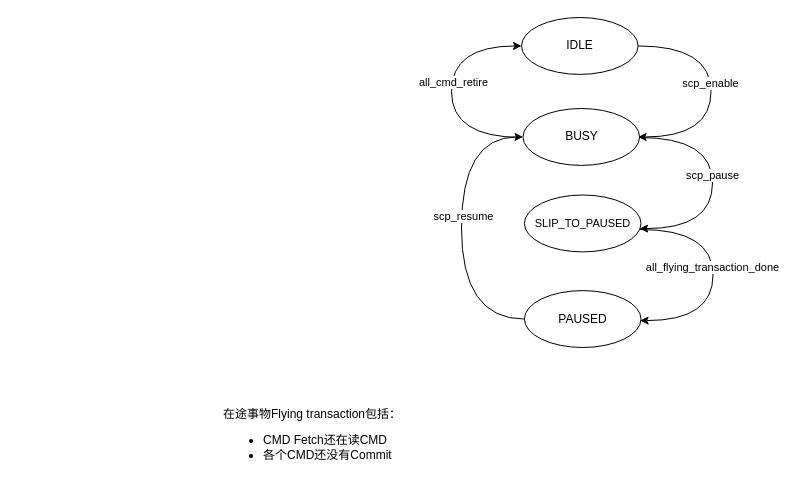
The draw.io diagram page "Process ctrl" (8 of 10) of SCP.drawio in HelmutXie/blake2, before the edit. Source tidied: cells renumbered, new cells numbered last; positions are measured from the earlier drawing's top-left corner, leaving out a move shared by most shapes. Both pictures are drawn from the tidied source at 100%, with x=0, y=0 at pixel (221, 17).
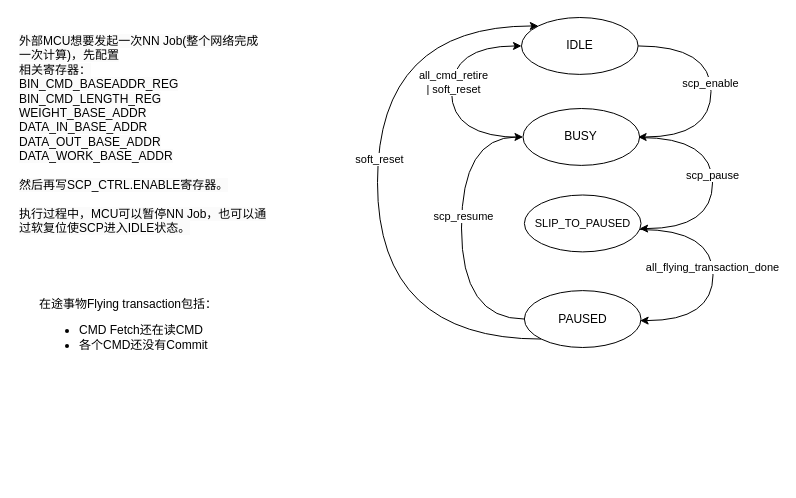
The same diagram, later.

The change refers to these unchanged cells:
```xml
<mxCell id="4" value="IDLE" style="ellipse;whiteSpace=wrap;html=1;" parent="1" vertex="1">
  <mxGeometry x="300" width="116.6" height="56.9" as="geometry" />
</mxCell>
<mxCell id="7" value="PAUSED" style="ellipse;whiteSpace=wrap;html=1;" parent="1" vertex="1">
  <mxGeometry x="302.9" y="273.1" width="116.6" height="56.9" as="geometry" />
</mxCell>
<mxCell id="14" style="edgeStyle=orthogonalEdgeStyle;curved=1;rounded=0;jettySize=auto;html=1;entryX=0;entryY=0.5;entryDx=0;entryDy=0;exitX=0;exitY=0.5;exitDx=0;exitDy=0;" parent="1" edge="1" target="4">
  <mxGeometry relative="1" as="geometry">
    <mxPoint x="300" y="119.9" as="sourcePoint" />
    <Array as="points">
      <mxPoint x="230" y="120" />
      <mxPoint x="230" y="28" />
    </Array>
  </mxGeometry>
</mxCell>
```

Diff of the diagram source:
```diff
@@
-    <mxCell id="15" value="all_cmd_retire" style="edgeLabel;html=1;align=center;verticalAlign=middle;" parent="14" vertex="1">
+    <mxCell id="15" value="all_cmd_retire&lt;br&gt;| soft_reset" style="edgeLabel;html=1;align=center;verticalAlign=middle;" parent="14" vertex="1">
       <mxGeometry x="0.08" y="-1" relative="1" as="geometry" />
     </mxCell>
     <mxCell id="16" value="在途事物Flying transaction包括：&lt;br&gt;&lt;ul&gt;&lt;li&gt;CMD Fetch还在读CMD&lt;/li&gt;&lt;li&gt;各个CMD还没有Commit&lt;/li&gt;&lt;/ul&gt;" style="text;html=1;align=left;verticalAlign=middle;strokeColor=none;fillColor=none;" parent="1" vertex="1">
-      <mxGeometry y="383" width="200" height="80" as="geometry" />
+      <mxGeometry x="-184" y="273.1" width="200" height="80" as="geometry" />
     </mxCell>
+    <mxCell id="17" value="&lt;span style=&quot;color: rgb(0, 0, 0); font-family: Helvetica; font-size: 12px; font-style: normal; font-variant-ligatures: normal; font-variant-caps: normal; font-weight: 400; letter-spacing: normal; orphans: 2; text-align: left; text-indent: 0px; text-transform: none; widows: 2; word-spacing: 0px; -webkit-text-stroke-width: 0px; background-color: rgb(251, 251, 251); text-decoration-thickness: initial; text-decoration-style: initial; text-decoration-color: initial; float: none; display: inline !important;&quot;&gt;外部MCU想要发起一次NN Job(整个网络完成一次计算)，先配置&lt;br&gt;相关寄存器：&lt;/span&gt;&lt;br style=&quot;border-color: var(--border-color); color: rgb(0, 0, 0); font-family: Helvetica; font-size: 12px; font-style: normal; font-variant-ligatures: normal; font-variant-caps: normal; font-weight: 400; letter-spacing: normal; orphans: 2; text-align: left; text-indent: 0px; text-transform: none; widows: 2; word-spacing: 0px; -webkit-text-stroke-width: 0px; text-decoration-thickness: initial; text-decoration-style: initial; text-decoration-color: initial;&quot;&gt;&lt;span style=&quot;color: rgb(0, 0, 0); font-family: Helvetica; font-size: 12px; font-style: normal; font-variant-ligatures: normal; font-variant-caps: normal; font-weight: 400; letter-spacing: normal; orphans: 2; text-align: left; text-indent: 0px; text-transform: none; widows: 2; word-spacing: 0px; -webkit-text-stroke-width: 0px; background-color: rgb(251, 251, 251); text-decoration-thickness: initial; text-decoration-style: initial; text-decoration-color: initial; float: none; display: inline !important;&quot;&gt;BIN_CMD_BASEADDR_REG&lt;/span&gt;&lt;br style=&quot;border-color: var(--border-color); color: rgb(0, 0, 0); font-family: Helvetica; font-size: 12px; font-style: normal; font-variant-ligatures: normal; font-variant-caps: normal; font-weight: 400; letter-spacing: normal; orphans: 2; text-align: left; text-indent: 0px; text-transform: none; widows: 2; word-spacing: 0px; -webkit-text-stroke-width: 0px; text-decoration-thickness: initial; text-decoration-style: initial; text-decoration-color: initial;&quot;&gt;&lt;span style=&quot;color: rgb(0, 0, 0); font-family: Helvetica; font-size: 12px; font-style: normal; font-variant-ligatures: normal; font-variant-caps: normal; font-weight: 400; letter-spacing: normal; orphans: 2; text-align: left; text-indent: 0px; text-transform: none; widows: 2; word-spacing: 0px; -webkit-text-stroke-width: 0px; background-color: rgb(251, 251, 251); text-decoration-thickness: initial; text-decoration-style: initial; text-decoration-color: initial; float: none; display: inline !important;&quot;&gt;BIN_CMD_LENGTH_REG&lt;/span&gt;&lt;br style=&quot;border-color: var(--border-color); color: rgb(0, 0, 0); font-family: Helvetica; font-size: 12px; font-style: normal; font-variant-ligatures: normal; font-variant-caps: normal; font-weight: 400; letter-spacing: normal; orphans: 2; text-align: left; text-indent: 0px; text-transform: none; widows: 2; word-spacing: 0px; -webkit-text-stroke-width: 0px; text-decoration-thickness: initial; text-decoration-style: initial; text-decoration-color: initial;&quot;&gt;&lt;span style=&quot;color: rgb(0, 0, 0); font-family: Helvetica; font-size: 12px; font-style: normal; font-variant-ligatures: normal; font-variant-caps: normal; font-weight: 400; letter-spacing: normal; orphans: 2; text-align: left; text-indent: 0px; text-transform: none; widows: 2; word-spacing: 0px; -webkit-text-stroke-width: 0px; background-color: rgb(251, 251, 251); text-decoration-thickness: initial; text-decoration-style: initial; text-decoration-color: initial; float: none; display: inline !important;&quot;&gt;WEIGHT_BASE_ADDR&lt;/span&gt;&lt;br style=&quot;border-color: var(--border-color); color: rgb(0, 0, 0); font-family: Helvetica; font-size: 12px; font-style: normal; font-variant-ligatures: normal; font-variant-caps: normal; font-weight: 400; letter-spacing: normal; orphans: 2; text-align: left; text-indent: 0px; text-transform: none; widows: 2; word-spacing: 0px; -webkit-text-stroke-width: 0px; text-decoration-thickness: initial; text-decoration-style: initial; text-decoration-color: initial;&quot;&gt;&lt;span style=&quot;color: rgb(0, 0, 0); font-family: Helvetica; font-size: 12px; font-style: normal; font-variant-ligatures: normal; font-variant-caps: normal; font-weight: 400; letter-spacing: normal; orphans: 2; text-align: left; text-indent: 0px; text-transform: none; widows: 2; word-spacing: 0px; -webkit-text-stroke-width: 0px; background-color: rgb(251, 251, 251); text-decoration-thickness: initial; text-decoration-style: initial; text-decoration-color: initial; float: none; display: inline !important;&quot;&gt;DATA_IN_BASE_ADDR&lt;/span&gt;&lt;br style=&quot;border-color: var(--border-color); color: rgb(0, 0, 0); font-family: Helvetica; font-size: 12px; font-style: normal; font-variant-ligatures: normal; font-variant-caps: normal; font-weight: 400; letter-spacing: normal; orphans: 2; text-align: left; text-indent: 0px; text-transform: none; widows: 2; word-spacing: 0px; -webkit-text-stroke-width: 0px; text-decoration-thickness: initial; text-decoration-style: initial; text-decoration-color: initial;&quot;&gt;&lt;span style=&quot;color: rgb(0, 0, 0); font-family: Helvetica; font-size: 12px; font-style: normal; font-variant-ligatures: normal; font-variant-caps: normal; font-weight: 400; letter-spacing: normal; orphans: 2; text-align: left; text-indent: 0px; text-transform: none; widows: 2; word-spacing: 0px; -webkit-text-stroke-width: 0px; background-color: rgb(251, 251, 251); text-decoration-thickness: initial; text-decoration-style: initial; text-decoration-color: initial; float: none; display: inline !important;&quot;&gt;DATA_OUT_BASE_ADDR&lt;/span&gt;&lt;br style=&quot;border-color: var(--border-color); color: rgb(0, 0, 0); font-family: Helvetica; font-size: 12px; font-style: normal; font-variant-ligatures: normal; font-variant-caps: normal; font-weight: 400; letter-spacing: normal; orphans: 2; text-align: left; text-indent: 0px; text-transform: none; widows: 2; word-spacing: 0px; -webkit-text-stroke-width: 0px; text-decoration-thickness: initial; text-decoration-style: initial; text-decoration-color: initial;&quot;&gt;&lt;span style=&quot;color: rgb(0, 0, 0); font-family: Helvetica; font-size: 12px; font-style: normal; font-variant-ligatures: normal; font-variant-caps: normal; font-weight: 400; letter-spacing: normal; orphans: 2; text-align: left; text-indent: 0px; text-transform: none; widows: 2; word-spacing: 0px; -webkit-text-stroke-width: 0px; background-color: rgb(251, 251, 251); text-decoration-thickness: initial; text-decoration-style: initial; text-decoration-color: initial; float: none; display: inline !important;&quot;&gt;DATA_WORK_BASE_ADDR&lt;br&gt;&lt;br&gt;然后再写SCP_CTRL.ENABLE寄存器。&lt;br&gt;&lt;br&gt;执行过程中，MCU可以暂停NN Job，也可以通过软复位使SCP进入IDLE状态。&lt;br&gt;&lt;br&gt;&lt;br&gt;&lt;/span&gt;" style="text;whiteSpace=wrap;html=1;" parent="1" vertex="1">
+      <mxGeometry x="-204" y="10" width="250" height="120" as="geometry" />
+    </mxCell>
+    <mxCell id="18" style="edgeStyle=orthogonalEdgeStyle;curved=1;rounded=0;jettySize=auto;html=1;entryX=0;entryY=0;entryDx=0;entryDy=0;exitX=0;exitY=1;exitDx=0;exitDy=0;" parent="1" edge="1" source="7" target="4">
+      <mxGeometry relative="1" as="geometry">
+        <Array as="points">
+          <mxPoint x="156" y="322" />
+          <mxPoint x="156" y="8" />
+        </Array>
+      </mxGeometry>
+    </mxCell>
+    <mxCell id="19" value="soft_reset" style="edgeLabel;html=1;align=center;verticalAlign=middle;" parent="18" vertex="1">
+      <mxGeometry x="0.08" y="-1" relative="1" as="geometry" />
+    </mxCell>
```
